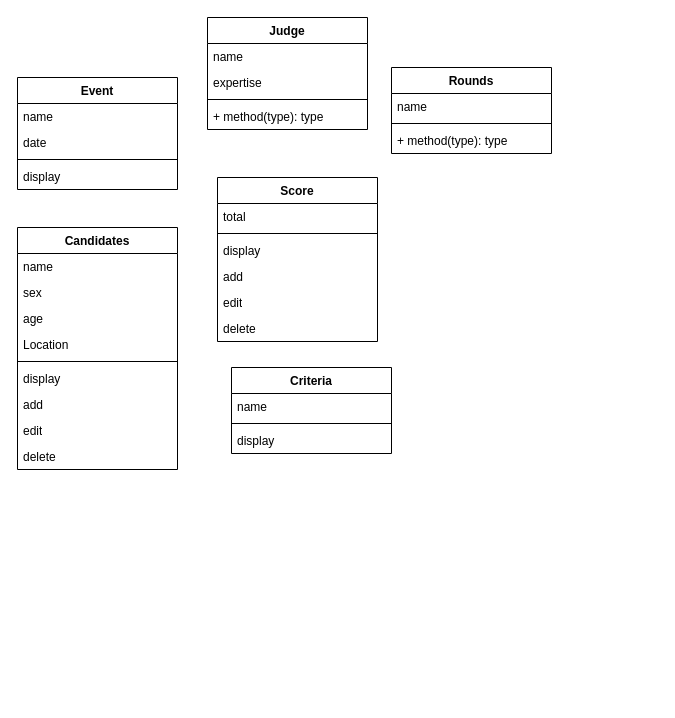
Before: Tabulation System.drawio in kaisunoo/Acads, a draw.io diagram. Source tidied: cells renumbered, new cells numbered last; positions are measured from the earlier drawing's top-left corner, leaving out a move shared by most shapes. Both pictures are drawn from the tidied source at 100%, with x=0, y=0 at pixel (17, 17).
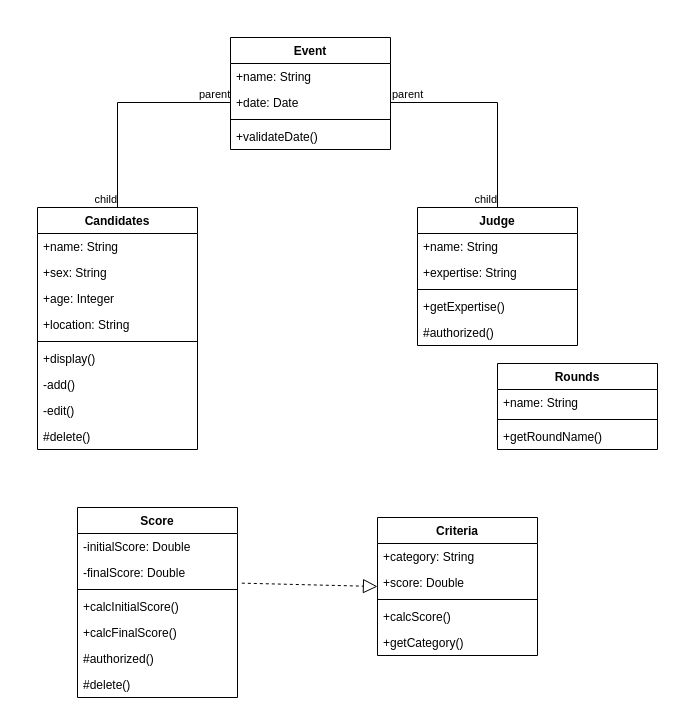
After the change.

Change to the diagram source:
```diff
@@
     <mxCell id="2" value="Criteria" style="swimlane;fontStyle=1;align=center;verticalAlign=top;horizontal=1;startSize=26;whiteSpace=wrap;html=1;" parent="1" vertex="1">
-      <mxGeometry x="214" y="350" width="160" height="86" as="geometry" />
+      <mxGeometry x="360" y="500" width="160" height="138" as="geometry" />
     </mxCell>
-    <mxCell id="3" value="name" style="text;strokeColor=none;fillColor=none;align=left;verticalAlign=top;spacingLeft=4;spacingRight=4;overflow=hidden;whiteSpace=wrap;html=1;" parent="2" vertex="1">
+    <mxCell id="3" value="+category: String" style="text;strokeColor=none;fillColor=none;align=left;verticalAlign=top;spacingLeft=4;spacingRight=4;overflow=hidden;whiteSpace=wrap;html=1;" parent="2" vertex="1">
       <mxGeometry y="26" width="160" height="26" as="geometry" />
     </mxCell>
+    <mxCell id="37" value="+score: Double" style="text;strokeColor=none;fillColor=none;align=left;verticalAlign=top;spacingLeft=4;spacingRight=4;overflow=hidden;whiteSpace=wrap;html=1;" parent="2" vertex="1">
+      <mxGeometry y="52" width="160" height="26" as="geometry" />
+    </mxCell>
     <mxCell id="4" style="line;strokeWidth=1;fillColor=none;align=left;verticalAlign=middle;spacingTop=-1;spacingLeft=3;spacingRight=3;labelPosition=right;strokeColor=inherit;" parent="2" vertex="1">
-      <mxGeometry y="52" width="160" height="8" as="geometry" />
+      <mxGeometry y="78" width="160" height="8" as="geometry" />
     </mxCell>
-    <mxCell id="5" value="display" style="text;align=left;verticalAlign=top;spacingLeft=4;spacingRight=4;overflow=hidden;" parent="2" vertex="1">
-      <mxGeometry y="60" width="160" height="26" as="geometry" />
+    <mxCell id="5" value="+calcScore()" style="text;align=left;verticalAlign=top;spacingLeft=4;spacingRight=4;overflow=hidden;" parent="2" vertex="1">
+      <mxGeometry y="86" width="160" height="26" as="geometry" />
     </mxCell>
+    <mxCell id="38" value="+getCategory()" style="text;strokeColor=none;fillColor=none;align=left;verticalAlign=top;spacingLeft=4;spacingRight=4;overflow=hidden;whiteSpace=wrap;html=1;" parent="2" vertex="1">
+      <mxGeometry y="112" width="160" height="26" as="geometry" />
+    </mxCell>
     <mxCell id="6" value="Candidates" style="swimlane;fontStyle=1;align=center;verticalAlign=top;horizontal=1;startSize=26;whiteSpace=wrap;html=1;" parent="1" vertex="1">
-      <mxGeometry y="210" width="160" height="242" as="geometry" />
+      <mxGeometry x="20" y="190" width="160" height="242" as="geometry" />
     </mxCell>
-    <mxCell id="7" value="name" style="text;align=left;verticalAlign=top;spacingLeft=4;spacingRight=4;overflow=hidden;" parent="6" vertex="1">
+    <mxCell id="7" value="+name: String" style="text;align=left;verticalAlign=top;spacingLeft=4;spacingRight=4;overflow=hidden;" parent="6" vertex="1">
       <mxGeometry y="26" width="160" height="26" as="geometry" />
     </mxCell>
-    <mxCell id="8" value="sex" style="text;strokeColor=none;fillColor=none;align=left;verticalAlign=top;spacingLeft=4;spacingRight=4;overflow=hidden;whiteSpace=wrap;html=1;" parent="6" vertex="1">
+    <mxCell id="8" value="+sex: String" style="text;strokeColor=none;fillColor=none;align=left;verticalAlign=top;spacingLeft=4;spacingRight=4;overflow=hidden;whiteSpace=wrap;html=1;" parent="6" vertex="1">
       <mxGeometry y="52" width="160" height="26" as="geometry" />
     </mxCell>
-    <mxCell id="9" value="age" style="text;strokeColor=none;fillColor=none;align=left;verticalAlign=top;spacingLeft=4;spacingRight=4;overflow=hidden;whiteSpace=wrap;html=1;" parent="6" vertex="1">
+    <mxCell id="9" value="+age: Integer" style="text;strokeColor=none;fillColor=none;align=left;verticalAlign=top;spacingLeft=4;spacingRight=4;overflow=hidden;whiteSpace=wrap;html=1;" parent="6" vertex="1">
       <mxGeometry y="78" width="160" height="26" as="geometry" />
     </mxCell>
-    <mxCell id="10" value="Location" style="text;align=left;verticalAlign=top;spacingLeft=4;spacingRight=4;overflow=hidden;rounded=0;shadow=0;html=0;" parent="6" vertex="1">
+    <mxCell id="10" value="+location: String" style="text;align=left;verticalAlign=top;spacingLeft=4;spacingRight=4;overflow=hidden;rounded=0;shadow=0;html=0;" parent="6" vertex="1">
       <mxGeometry y="104" width="160" height="26" as="geometry" />
     </mxCell>
@@
-    <mxCell id="12" value="display" style="text;align=left;verticalAlign=top;spacingLeft=4;spacingRight=4;overflow=hidden;" parent="6" vertex="1">
+    <mxCell id="12" value="+display()" style="text;align=left;verticalAlign=top;spacingLeft=4;spacingRight=4;overflow=hidden;" parent="6" vertex="1">
       <mxGeometry y="138" width="160" height="26" as="geometry" />
     </mxCell>
-    <mxCell id="13" value="add" style="text;strokeColor=none;fillColor=none;align=left;verticalAlign=top;spacingLeft=4;spacingRight=4;overflow=hidden;whiteSpace=wrap;html=1;" parent="6" vertex="1">
+    <mxCell id="13" value="-add()" style="text;strokeColor=none;fillColor=none;align=left;verticalAlign=top;spacingLeft=4;spacingRight=4;overflow=hidden;whiteSpace=wrap;html=1;" parent="6" vertex="1">
       <mxGeometry y="164" width="160" height="26" as="geometry" />
     </mxCell>
-    <mxCell id="14" value="edit" style="text;strokeColor=none;fillColor=none;align=left;verticalAlign=top;spacingLeft=4;spacingRight=4;overflow=hidden;whiteSpace=wrap;html=1;" parent="6" vertex="1">
+    <mxCell id="14" value="-edit()" style="text;strokeColor=none;fillColor=none;align=left;verticalAlign=top;spacingLeft=4;spacingRight=4;overflow=hidden;whiteSpace=wrap;html=1;" parent="6" vertex="1">
       <mxGeometry y="190" width="160" height="26" as="geometry" />
     </mxCell>
-    <mxCell id="15" value="delete" style="text;strokeColor=none;fillColor=none;align=left;verticalAlign=top;spacingLeft=4;spacingRight=4;overflow=hidden;whiteSpace=wrap;html=1;" parent="6" vertex="1">
+    <mxCell id="15" value="#delete()" style="text;strokeColor=none;fillColor=none;align=left;verticalAlign=top;spacingLeft=4;spacingRight=4;overflow=hidden;whiteSpace=wrap;html=1;" parent="6" vertex="1">
       <mxGeometry y="216" width="160" height="26" as="geometry" />
     </mxCell>
     <mxCell id="16" value="Score" style="swimlane;fontStyle=1;align=center;verticalAlign=top;horizontal=1;startSize=26;whiteSpace=wrap;html=1;" parent="1" vertex="1">
-      <mxGeometry x="200" y="160" width="160" height="164" as="geometry" />
+      <mxGeometry x="60" y="490" width="160" height="190" as="geometry" />
     </mxCell>
+    <mxCell id="39" value="-initialScore: Double" style="text;strokeColor=none;fillColor=none;align=left;verticalAlign=top;spacingLeft=4;spacingRight=4;overflow=hidden;whiteSpace=wrap;html=1;" parent="16" vertex="1">
+      <mxGeometry y="26" width="160" height="26" as="geometry" />
+    </mxCell>
-    <mxCell id="17" value="total" style="text;strokeColor=none;fillColor=none;align=left;verticalAlign=top;spacingLeft=4;spacingRight=4;overflow=hidden;points=[[0,0.5],[1,0.5]];portConstraint=eastwest;whiteSpace=wrap;html=1;" parent="16" vertex="1">
-      <mxGeometry y="26" width="160" height="26" as="geometry" />
+    <mxCell id="17" value="-finalScore: Double" style="text;strokeColor=none;fillColor=none;align=left;verticalAlign=top;spacingLeft=4;spacingRight=4;overflow=hidden;points=[[0,0.5],[1,0.5]];portConstraint=eastwest;whiteSpace=wrap;html=1;" parent="16" vertex="1">
+      <mxGeometry y="52" width="160" height="26" as="geometry" />
     </mxCell>
     <mxCell id="18" style="line;strokeWidth=1;fillColor=none;align=left;verticalAlign=middle;spacingTop=-1;spacingLeft=3;spacingRight=3;labelPosition=right;strokeColor=inherit;" parent="16" vertex="1">
-      <mxGeometry y="52" width="160" height="8" as="geometry" />
+      <mxGeometry y="78" width="160" height="8" as="geometry" />
     </mxCell>
-    <mxCell id="19" value="display" style="text;align=left;verticalAlign=top;spacingLeft=4;spacingRight=4;overflow=hidden;" parent="16" vertex="1">
-      <mxGeometry y="60" width="160" height="26" as="geometry" />
+    <mxCell id="19" value="+calcInitialScore()" style="text;align=left;verticalAlign=top;spacingLeft=4;spacingRight=4;overflow=hidden;" parent="16" vertex="1">
+      <mxGeometry y="86" width="160" height="26" as="geometry" />
     </mxCell>
-    <mxCell id="20" value="add" style="text;strokeColor=none;fillColor=none;align=left;verticalAlign=top;spacingLeft=4;spacingRight=4;overflow=hidden;whiteSpace=wrap;html=1;" parent="16" vertex="1">
-      <mxGeometry y="86" width="160" height="26" as="geometry" />
-    </mxCell>
-    <mxCell id="21" value="edit" style="text;strokeColor=none;fillColor=none;align=left;verticalAlign=top;spacingLeft=4;spacingRight=4;overflow=hidden;whiteSpace=wrap;html=1;" parent="16" vertex="1">
-      <mxGeometry y="112" width="160" height="26" as="geometry" />
-    </mxCell>
+    <mxCell id="40" value="+calcFinalScore()" style="text;strokeColor=none;fillColor=none;align=left;verticalAlign=top;spacingLeft=4;spacingRight=4;overflow=hidden;whiteSpace=wrap;html=1;" parent="16" vertex="1">
+      <mxGeometry y="112" width="160" height="26" as="geometry" />
+    </mxCell>
+    <mxCell id="41" value="#authorized()" style="text;strokeColor=none;fillColor=none;align=left;verticalAlign=top;spacingLeft=4;spacingRight=4;overflow=hidden;whiteSpace=wrap;html=1;" parent="16" vertex="1">
+      <mxGeometry y="138" width="160" height="26" as="geometry" />
+    </mxCell>
-    <mxCell id="22" value="delete" style="text;strokeColor=none;fillColor=none;align=left;verticalAlign=top;spacingLeft=4;spacingRight=4;overflow=hidden;whiteSpace=wrap;html=1;" parent="16" vertex="1">
-      <mxGeometry y="138" width="160" height="26" as="geometry" />
+    <mxCell id="22" value="#delete()" style="text;strokeColor=none;fillColor=none;align=left;verticalAlign=top;spacingLeft=4;spacingRight=4;overflow=hidden;whiteSpace=wrap;html=1;" parent="16" vertex="1">
+      <mxGeometry y="164" width="160" height="26" as="geometry" />
     </mxCell>
     <mxCell id="23" value="Event" style="swimlane;fontStyle=1;align=center;verticalAlign=top;horizontal=1;startSize=26;whiteSpace=wrap;html=1;" parent="1" vertex="1">
-      <mxGeometry y="60" width="160" height="112" as="geometry" />
+      <mxGeometry x="213" y="20" width="160" height="112" as="geometry" />
     </mxCell>
-    <mxCell id="24" value="name" style="text;align=left;verticalAlign=top;spacingLeft=4;spacingRight=4;overflow=hidden;" parent="23" vertex="1">
+    <mxCell id="24" value="+name: String" style="text;align=left;verticalAlign=top;spacingLeft=4;spacingRight=4;overflow=hidden;" parent="23" vertex="1">
       <mxGeometry y="26" width="160" height="26" as="geometry" />
     </mxCell>
-    <mxCell id="25" value="date" style="text;align=left;verticalAlign=top;spacingLeft=4;spacingRight=4;overflow=hidden;points=[[0,0.5],[1,0.5]];portConstraint=eastwest;rounded=0;shadow=0;html=0;" parent="23" vertex="1">
+    <mxCell id="25" value="+date: Date" style="text;align=left;verticalAlign=top;spacingLeft=4;spacingRight=4;overflow=hidden;points=[[0,0.5],[1,0.5]];portConstraint=eastwest;rounded=0;shadow=0;html=0;" parent="23" vertex="1">
       <mxGeometry y="52" width="160" height="26" as="geometry" />
     </mxCell>
@@
-    <mxCell id="27" value="display" style="text;align=left;verticalAlign=top;spacingLeft=4;spacingRight=4;overflow=hidden;" parent="23" vertex="1">
+    <mxCell id="27" value="+validateDate()" style="text;align=left;verticalAlign=top;spacingLeft=4;spacingRight=4;overflow=hidden;" parent="23" vertex="1">
       <mxGeometry y="86" width="160" height="26" as="geometry" />
     </mxCell>
     <mxCell id="28" value="Judge" style="swimlane;fontStyle=1;align=center;verticalAlign=top;horizontal=1;startSize=26;whiteSpace=wrap;html=1;" parent="1" vertex="1">
-      <mxGeometry x="190" width="160" height="112" as="geometry" />
+      <mxGeometry x="400" y="190" width="160" height="138" as="geometry" />
     </mxCell>
-    <mxCell id="29" value="name" style="text;align=left;verticalAlign=top;spacingLeft=4;spacingRight=4;overflow=hidden;" parent="28" vertex="1">
+    <mxCell id="29" value="+name: String" style="text;align=left;verticalAlign=top;spacingLeft=4;spacingRight=4;overflow=hidden;" parent="28" vertex="1">
       <mxGeometry y="26" width="160" height="26" as="geometry" />
     </mxCell>
-    <mxCell id="30" value="expertise" style="text;strokeColor=none;fillColor=none;align=left;verticalAlign=top;spacingLeft=4;spacingRight=4;overflow=hidden;whiteSpace=wrap;html=1;" parent="28" vertex="1">
+    <mxCell id="30" value="+expertise: String" style="text;strokeColor=none;fillColor=none;align=left;verticalAlign=top;spacingLeft=4;spacingRight=4;overflow=hidden;whiteSpace=wrap;html=1;" parent="28" vertex="1">
       <mxGeometry y="52" width="160" height="26" as="geometry" />
     </mxCell>
@@
-    <mxCell id="32" value="+ method(type): type" style="text;strokeColor=none;fillColor=none;align=left;verticalAlign=top;spacingLeft=4;spacingRight=4;overflow=hidden;whiteSpace=wrap;html=1;" parent="28" vertex="1">
+    <mxCell id="32" value="+getExpertise()" style="text;strokeColor=none;fillColor=none;align=left;verticalAlign=top;spacingLeft=4;spacingRight=4;overflow=hidden;whiteSpace=wrap;html=1;" parent="28" vertex="1">
       <mxGeometry y="86" width="160" height="26" as="geometry" />
     </mxCell>
+    <mxCell id="42" value="#authorized()" style="text;strokeColor=none;fillColor=none;align=left;verticalAlign=top;spacingLeft=4;spacingRight=4;overflow=hidden;whiteSpace=wrap;html=1;" parent="28" vertex="1">
+      <mxGeometry y="112" width="160" height="26" as="geometry" />
+    </mxCell>
     <mxCell id="33" value="Rounds" style="swimlane;fontStyle=1;align=center;verticalAlign=top;horizontal=1;startSize=26;whiteSpace=wrap;html=1;" parent="1" vertex="1">
-      <mxGeometry x="374" y="50" width="160" height="86" as="geometry" />
+      <mxGeometry x="480" y="346" width="160" height="86" as="geometry" />
     </mxCell>
-    <mxCell id="34" value="name" style="text;align=left;verticalAlign=top;spacingLeft=4;spacingRight=4;overflow=hidden;rounded=0;shadow=0;html=0;" parent="33" vertex="1">
+    <mxCell id="34" value="+name: String" style="text;align=left;verticalAlign=top;spacingLeft=4;spacingRight=4;overflow=hidden;rounded=0;shadow=0;html=0;" parent="33" vertex="1">
       <mxGeometry y="26" width="160" height="26" as="geometry" />
     </mxCell>
@@
-    <mxCell id="36" value="+ method(type): type" style="text;strokeColor=none;fillColor=none;align=left;verticalAlign=top;spacingLeft=4;spacingRight=4;overflow=hidden;whiteSpace=wrap;html=1;" parent="33" vertex="1">
+    <mxCell id="36" value="+getRoundName()" style="text;strokeColor=none;fillColor=none;align=left;verticalAlign=top;spacingLeft=4;spacingRight=4;overflow=hidden;whiteSpace=wrap;html=1;" parent="33" vertex="1">
       <mxGeometry y="60" width="160" height="26" as="geometry" />
     </mxCell>
+    <mxCell id="43" style="endArrow=block;dashed=1;endFill=0;endSize=12;html=1;rounded=0;exitX=1.027;exitY=0.91;exitDx=0;exitDy=0;exitPerimeter=0;entryX=0;entryY=0.5;entryDx=0;entryDy=0;" parent="1" edge="1" source="17" target="2">
+      <mxGeometry relative="1" as="geometry" />
+    </mxCell>
+    <mxCell id="44" style="endArrow=none;html=1;edgeStyle=orthogonalEdgeStyle;rounded=0;exitX=0;exitY=0.5;exitDx=0;exitDy=0;entryX=0.5;entryY=0;entryDx=0;entryDy=0;" parent="1" edge="1" source="25" target="6">
+      <mxGeometry relative="1" as="geometry" />
+    </mxCell>
+    <mxCell id="45" value="parent" style="edgeLabel;html=1;align=left;verticalAlign=bottom;" parent="44" vertex="1">
+      <mxGeometry x="-1" relative="1" as="geometry">
+        <mxPoint x="-33" as="offset" />
+      </mxGeometry>
+    </mxCell>
+    <mxCell id="46" value="child" style="edgeLabel;html=1;align=right;verticalAlign=bottom;" parent="44" vertex="1">
+      <mxGeometry x="1" relative="1" as="geometry" />
+    </mxCell>
+    <mxCell id="47" style="endArrow=none;html=1;edgeStyle=orthogonalEdgeStyle;rounded=0;exitX=1;exitY=0.5;exitDx=0;exitDy=0;entryX=0.5;entryY=0;entryDx=0;entryDy=0;" parent="1" edge="1" source="25" target="28">
+      <mxGeometry relative="1" as="geometry" />
+    </mxCell>
+    <mxCell id="48" value="parent" style="edgeLabel;html=1;align=left;verticalAlign=bottom;" parent="47" vertex="1">
+      <mxGeometry x="-1" relative="1" as="geometry" />
+    </mxCell>
+    <mxCell id="49" value="child" style="edgeLabel;html=1;align=right;verticalAlign=bottom;" parent="47" vertex="1">
+      <mxGeometry x="1" relative="1" as="geometry" />
+    </mxCell>
```
